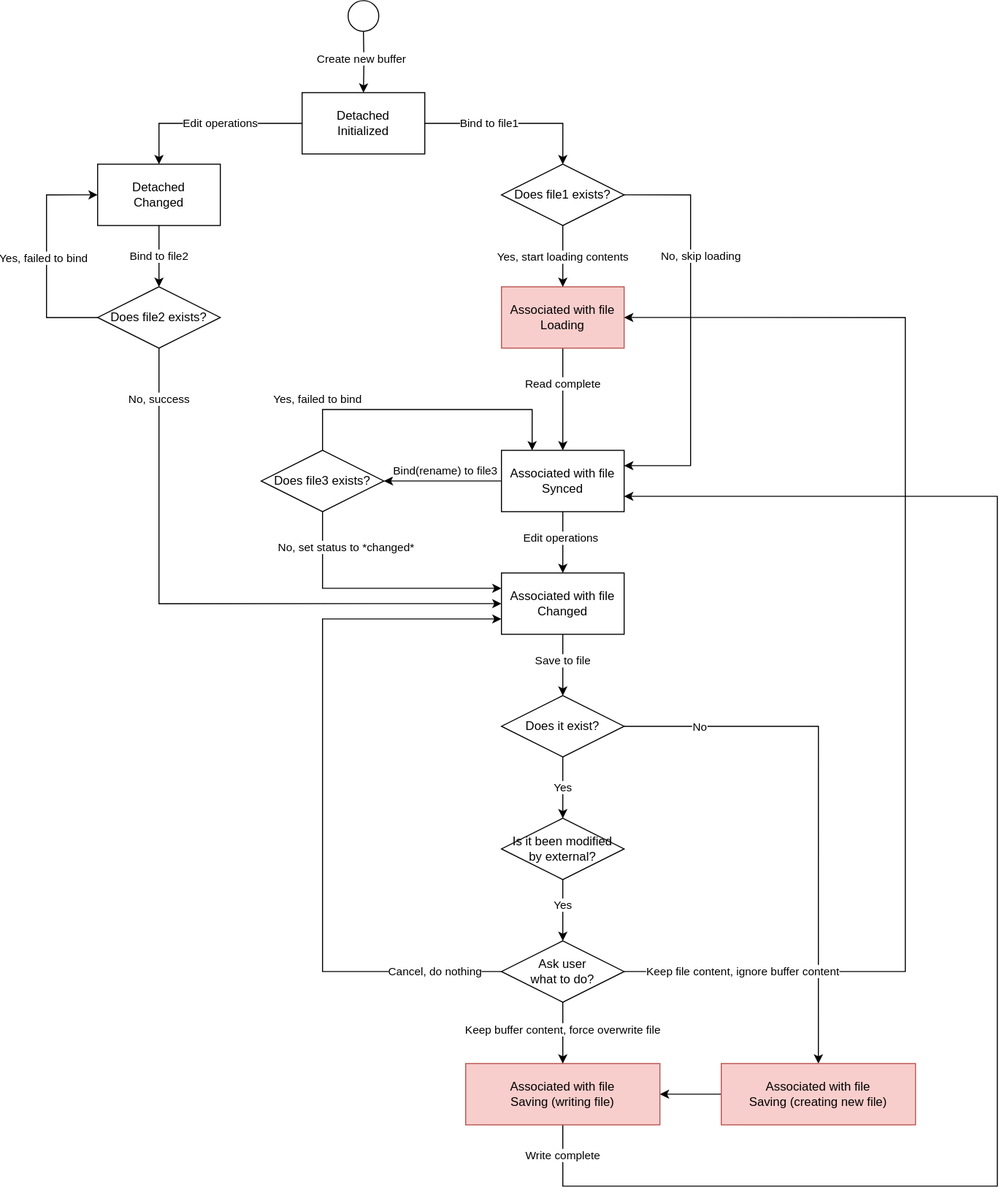
rsvim/rfc keeps this draw.io diagram as images/4-WindowsAndBuffers-1-FileBuffer.1.drawio.svg. Above is the earlier version. Source tidied: cells renumbered, new cells last; positions are measured from the earlier drawing's top-left corner, leaving out a move shared by most shapes.
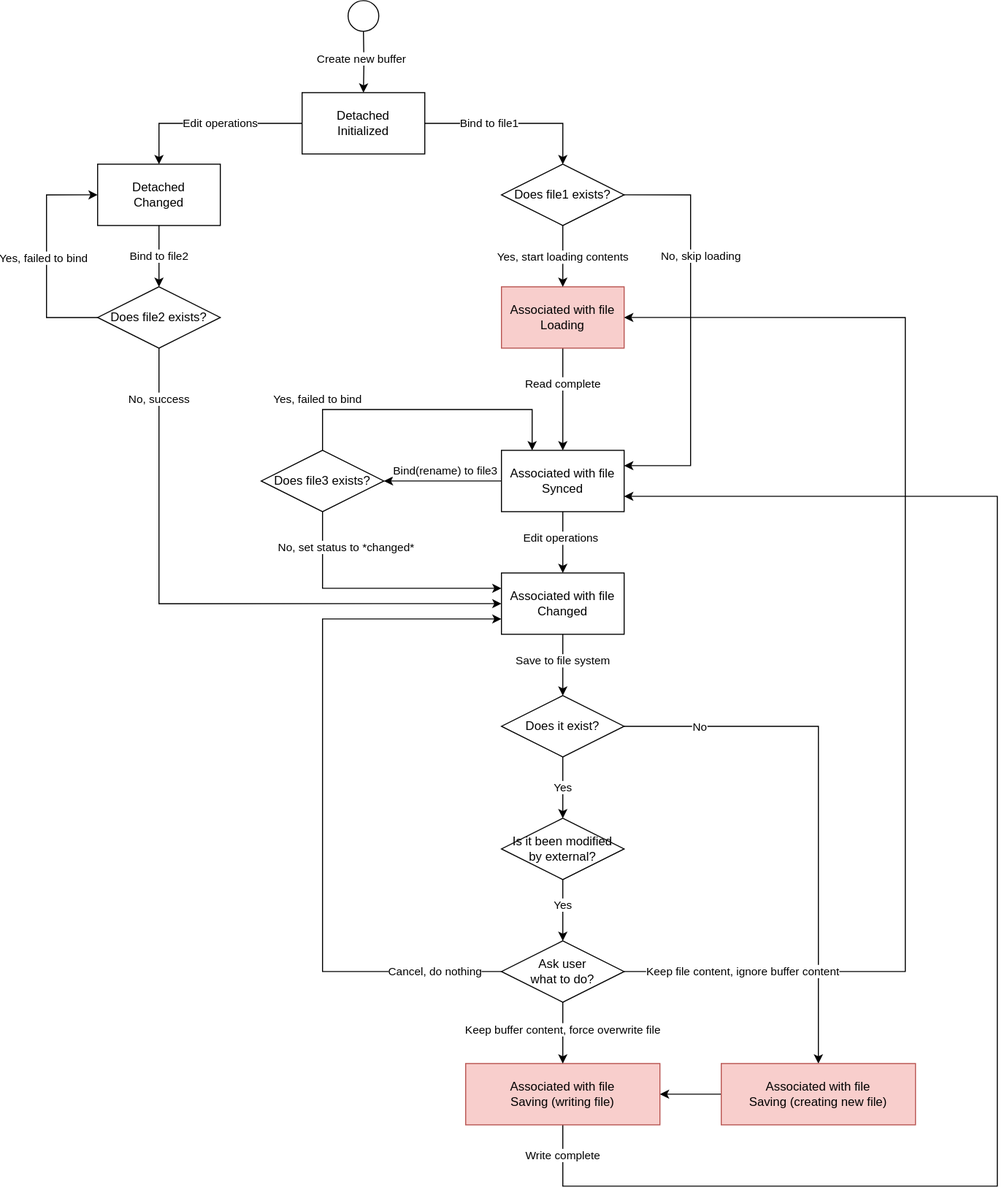
After the commit.

Change to the diagram source:
```diff
@@ -154,7 +154,7 @@
     <mxCell id="36" style="edgeStyle=orthogonalEdgeStyle;rounded=0;jettySize=auto;html=1;entryX=0.5;entryY=0;entryDx=0;entryDy=0;" parent="1" edge="1" source="17" target="45">
       <mxGeometry relative="1" as="geometry" />
     </mxCell>
-    <mxCell id="37" value="Save to file" style="edgeLabel;html=1;align=center;verticalAlign=middle;" parent="36" vertex="1">
+    <mxCell id="37" value="Save to file system" style="edgeLabel;html=1;align=center;verticalAlign=middle;" parent="36" vertex="1">
       <mxGeometry x="-0.12" relative="1" as="geometry">
         <mxPoint y="-1" as="offset" />
       </mxGeometry>
```
